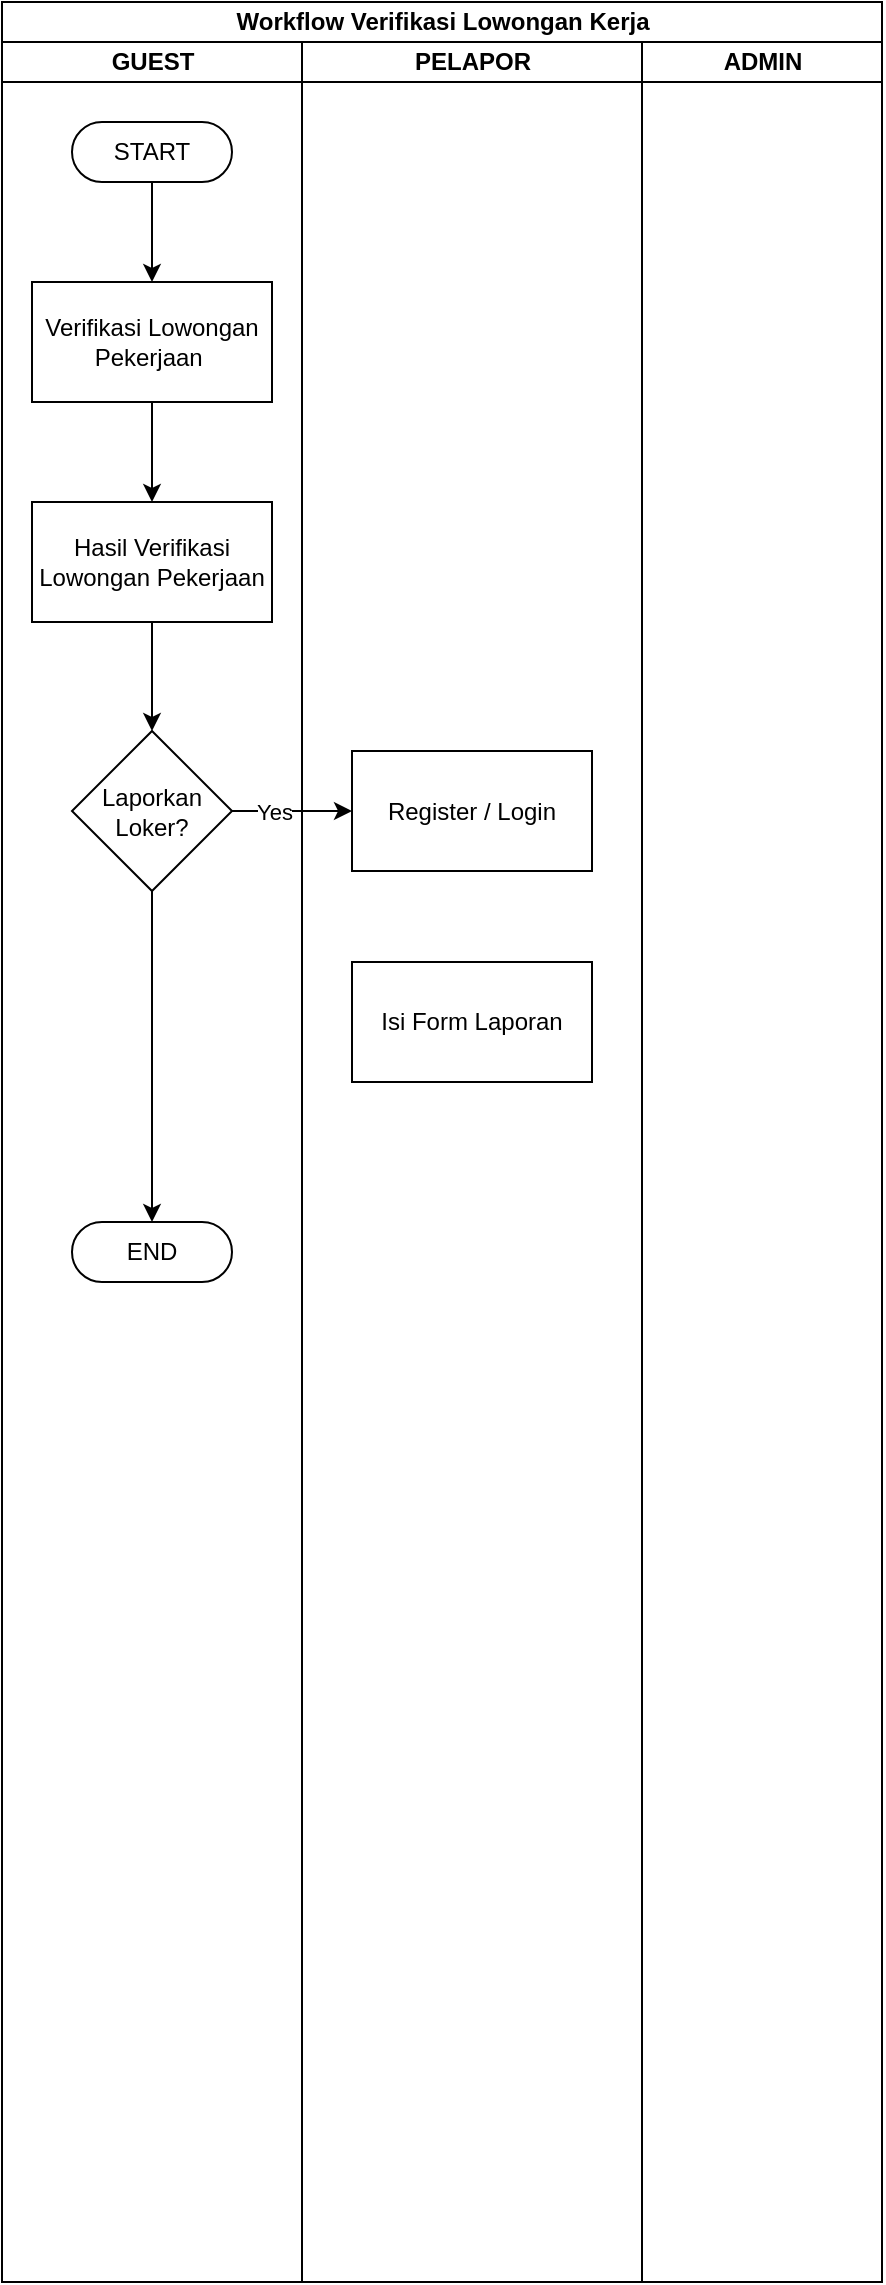
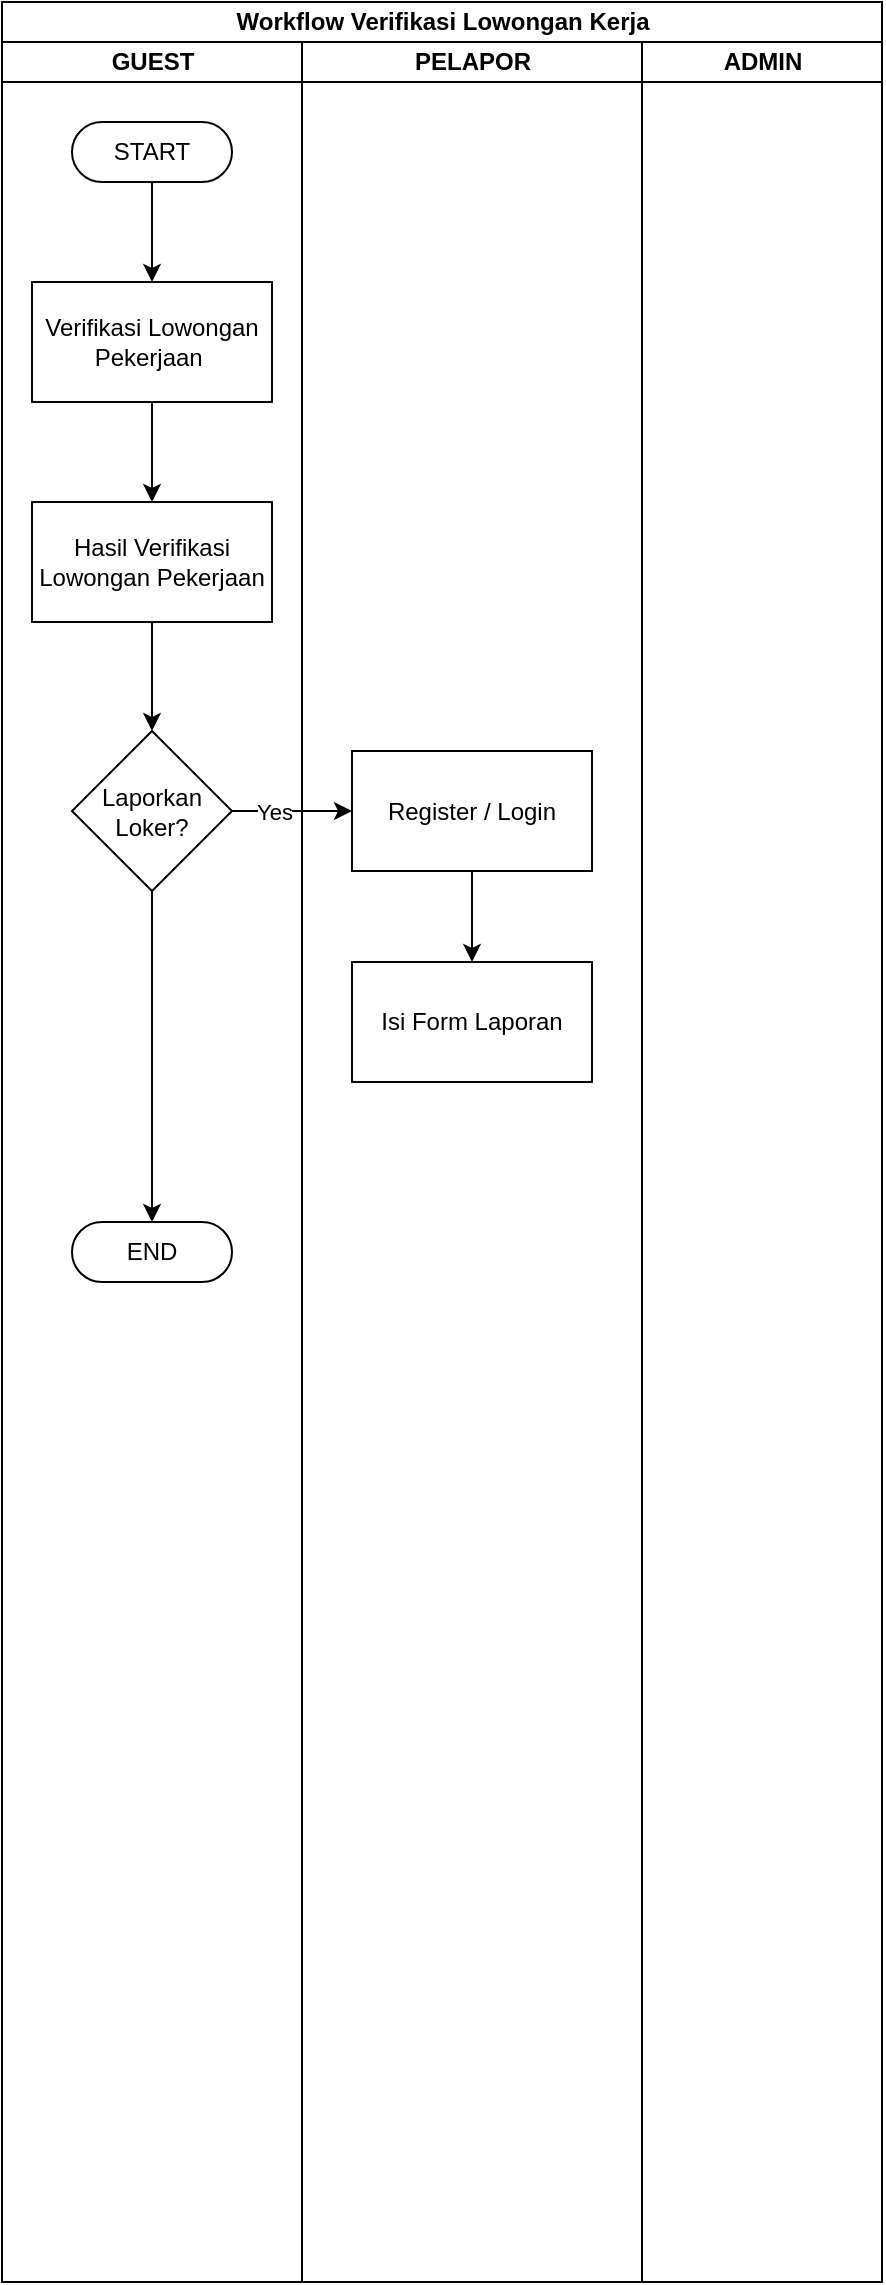
<mxfile host="app.diagrams.net">
  <diagram name="Page-1" id="AH_DpkCW8G2NKo0yafp_">
    <mxGraphModel dx="2054" dy="743" grid="1" gridSize="10" guides="1" tooltips="1" connect="1" arrows="1" fold="1" page="1" pageScale="1" pageWidth="827" pageHeight="1169" math="0" shadow="0">
      <root>
        <mxCell id="0" />
        <mxCell id="1" parent="0" />
        <mxCell id="tpk4NFvTETpMxjlwoaVb-1" parent="1" style="swimlane;childLayout=stackLayout;resizeParent=1;resizeParentMax=0;startSize=20;html=1;" value="Workflow Verifikasi Lowongan Kerja" vertex="1">
          <mxGeometry height="1140" width="439.99999999999955" x="230.00000000000045" y="140" as="geometry" />
        </mxCell>
        <mxCell id="tpk4NFvTETpMxjlwoaVb-2" parent="tpk4NFvTETpMxjlwoaVb-1" style="swimlane;startSize=20;html=1;" value="GUEST" vertex="1">
          <mxGeometry height="1120" width="149.99999999999955" y="20" as="geometry" />
        </mxCell>
        <mxCell id="tpk4NFvTETpMxjlwoaVb-20" edge="1" parent="tpk4NFvTETpMxjlwoaVb-2" source="tpk4NFvTETpMxjlwoaVb-9" style="edgeStyle=orthogonalEdgeStyle;rounded=0;orthogonalLoop=1;jettySize=auto;html=1;" target="tpk4NFvTETpMxjlwoaVb-11" value="">
          <mxGeometry relative="1" as="geometry" />
        </mxCell>
        <mxCell id="tpk4NFvTETpMxjlwoaVb-9" parent="tpk4NFvTETpMxjlwoaVb-2" style="html=1;dashed=0;whiteSpace=wrap;shape=mxgraph.dfd.start" value="START" vertex="1">
          <mxGeometry height="30" width="80" x="34.999999999999545" y="40" as="geometry" />
        </mxCell>
        <mxCell id="tpk4NFvTETpMxjlwoaVb-21" edge="1" parent="tpk4NFvTETpMxjlwoaVb-2" source="tpk4NFvTETpMxjlwoaVb-11" style="edgeStyle=orthogonalEdgeStyle;rounded=0;orthogonalLoop=1;jettySize=auto;html=1;" target="tpk4NFvTETpMxjlwoaVb-13" value="">
          <mxGeometry relative="1" as="geometry" />
        </mxCell>
        <mxCell id="tpk4NFvTETpMxjlwoaVb-11" parent="tpk4NFvTETpMxjlwoaVb-2" style="rounded=0;whiteSpace=wrap;html=1;" value="Verifikasi Lowongan Pekerjaan&amp;nbsp;" vertex="1">
          <mxGeometry height="60" width="120" x="14.999999999999545" y="120" as="geometry" />
        </mxCell>
        <mxCell id="tpk4NFvTETpMxjlwoaVb-22" edge="1" parent="tpk4NFvTETpMxjlwoaVb-2" source="tpk4NFvTETpMxjlwoaVb-13" style="edgeStyle=orthogonalEdgeStyle;rounded=0;orthogonalLoop=1;jettySize=auto;html=1;" target="tpk4NFvTETpMxjlwoaVb-14" value="">
          <mxGeometry relative="1" as="geometry" />
        </mxCell>
        <mxCell id="tpk4NFvTETpMxjlwoaVb-13" parent="tpk4NFvTETpMxjlwoaVb-2" style="rounded=0;whiteSpace=wrap;html=1;" value="Hasil Verifikasi Lowongan Pekerjaan" vertex="1">
          <mxGeometry height="60" width="120" x="14.999999999999545" y="230" as="geometry" />
        </mxCell>
        <mxCell id="tpk4NFvTETpMxjlwoaVb-14" parent="tpk4NFvTETpMxjlwoaVb-2" style="rhombus;whiteSpace=wrap;html=1;" value="Laporkan Loker?" vertex="1">
          <mxGeometry height="80" width="80" x="34.999999999999545" y="344.5" as="geometry" />
        </mxCell>
        <mxCell id="tpk4NFvTETpMxjlwoaVb-25" parent="tpk4NFvTETpMxjlwoaVb-2" style="html=1;dashed=0;whiteSpace=wrap;shape=mxgraph.dfd.start" value="END" vertex="1">
          <mxGeometry height="30" width="80" x="34.999999999999545" y="590" as="geometry" />
        </mxCell>
        <mxCell id="tpk4NFvTETpMxjlwoaVb-26" edge="1" parent="tpk4NFvTETpMxjlwoaVb-2" source="tpk4NFvTETpMxjlwoaVb-14" style="edgeStyle=orthogonalEdgeStyle;rounded=0;orthogonalLoop=1;jettySize=auto;html=1;exitX=0.5;exitY=1;exitDx=0;exitDy=0;entryX=0.5;entryY=0.5;entryDx=0;entryDy=-15;entryPerimeter=0;" target="tpk4NFvTETpMxjlwoaVb-25">
          <mxGeometry relative="1" as="geometry" />
        </mxCell>
        <mxCell id="tpk4NFvTETpMxjlwoaVb-3" parent="tpk4NFvTETpMxjlwoaVb-1" style="swimlane;startSize=20;html=1;" value="PELAPOR" vertex="1">
          <mxGeometry height="1120" width="170" x="149.99999999999955" y="20" as="geometry" />
        </mxCell>
+         <mxCell id="tpk4NFvTETpMxjlwoaVb-27" edge="1" parent="tpk4NFvTETpMxjlwoaVb-3" source="tpk4NFvTETpMxjlwoaVb-17" style="edgeStyle=orthogonalEdgeStyle;rounded=0;orthogonalLoop=1;jettySize=auto;html=1;" target="tpk4NFvTETpMxjlwoaVb-24" value="">
+           <mxGeometry relative="1" as="geometry" />
+         </mxCell>
        <mxCell id="tpk4NFvTETpMxjlwoaVb-17" parent="tpk4NFvTETpMxjlwoaVb-3" style="rounded=0;whiteSpace=wrap;html=1;" value="Register / Login" vertex="1">
          <mxGeometry height="60" width="120" x="25" y="354.5" as="geometry" />
        </mxCell>
        <mxCell id="tpk4NFvTETpMxjlwoaVb-24" parent="tpk4NFvTETpMxjlwoaVb-3" style="rounded=0;whiteSpace=wrap;html=1;" value="Isi Form Laporan" vertex="1">
          <mxGeometry height="60" width="120" x="25" y="460" as="geometry" />
        </mxCell>
        <mxCell id="tpk4NFvTETpMxjlwoaVb-4" parent="tpk4NFvTETpMxjlwoaVb-1" style="swimlane;startSize=20;html=1;" value="ADMIN" vertex="1">
          <mxGeometry height="1120" width="120" x="319.99999999999955" y="20" as="geometry" />
        </mxCell>
        <mxCell id="tpk4NFvTETpMxjlwoaVb-18" edge="1" parent="tpk4NFvTETpMxjlwoaVb-1" source="tpk4NFvTETpMxjlwoaVb-14" style="edgeStyle=orthogonalEdgeStyle;rounded=0;orthogonalLoop=1;jettySize=auto;html=1;exitX=1;exitY=0.5;exitDx=0;exitDy=0;entryX=0;entryY=0.5;entryDx=0;entryDy=0;" target="tpk4NFvTETpMxjlwoaVb-17">
          <mxGeometry relative="1" as="geometry" />
        </mxCell>
        <mxCell id="tpk4NFvTETpMxjlwoaVb-19" connectable="0" parent="tpk4NFvTETpMxjlwoaVb-18" style="edgeLabel;html=1;align=center;verticalAlign=middle;resizable=0;points=[];" value="Yes" vertex="1">
          <mxGeometry relative="1" x="-0.3167" as="geometry">
            <mxPoint as="offset" />
          </mxGeometry>
        </mxCell>
      </root>
    </mxGraphModel>
  </diagram>
</mxfile>
